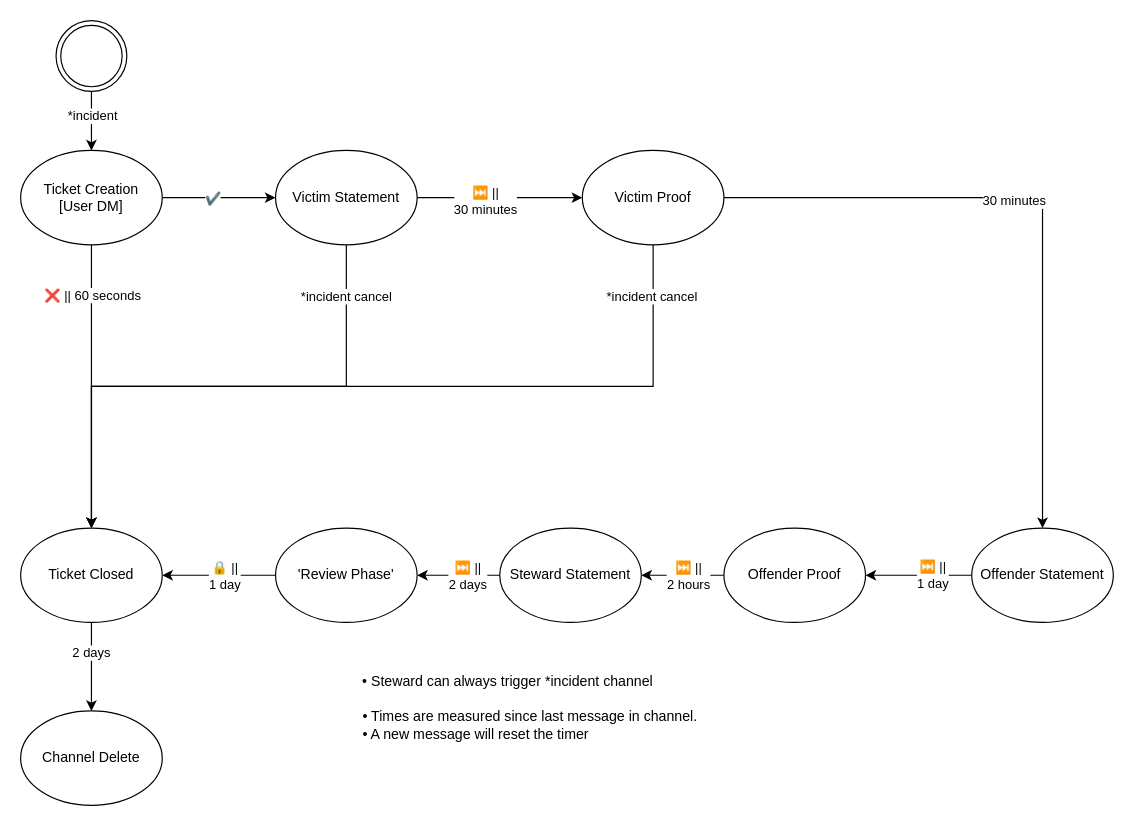
Above: StateMachine.drawio in Mayerch1/IncidentBot (draw.io), before the change. Source tidied: cells renumbered, new cells numbered last; positions are measured from the earlier drawing's top-left corner, leaving out a move shared by most shapes. Both pictures are drawn from the tidied source at 118%, with x=0, y=0 at pixel (20, 20).
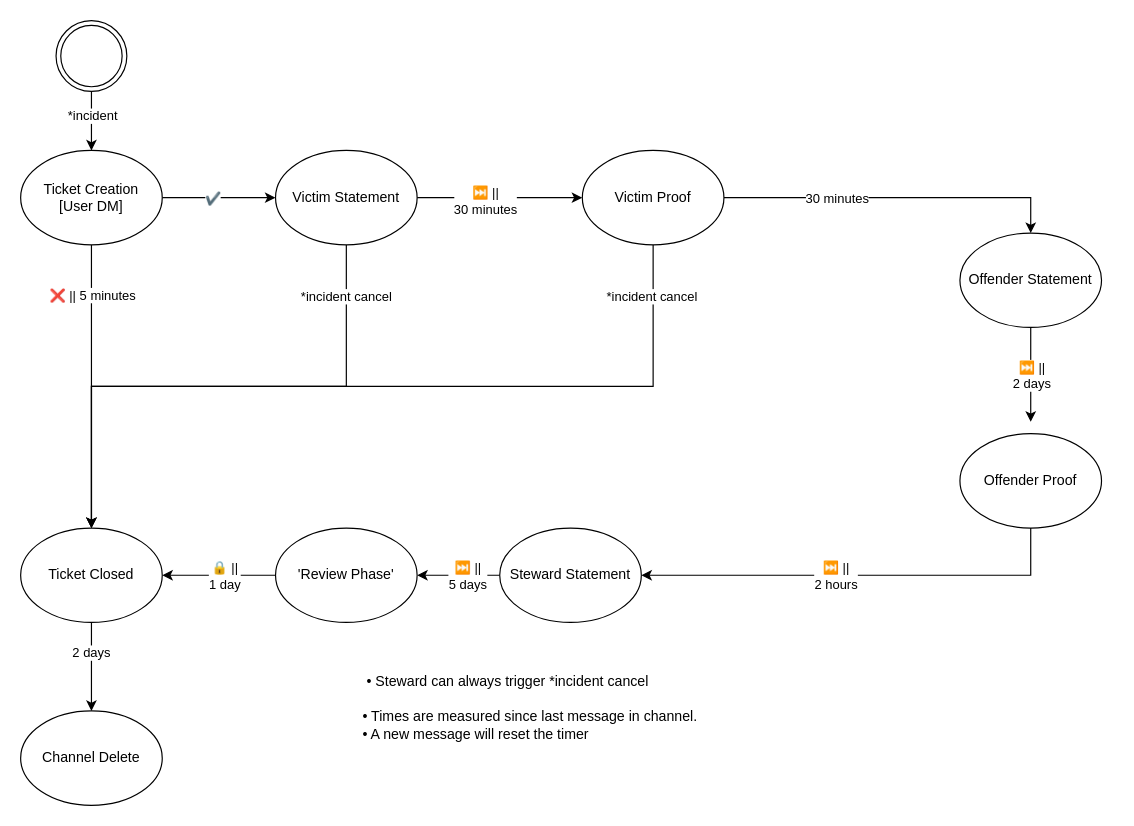
After the change.

Commit message (it also covers changes not shown here):
adjust timeouts, add channel emojis

Unchanged cells that the change refers to:
```xml
<mxCell id="2" style="edgeStyle=orthogonalEdgeStyle;rounded=0;jettySize=auto;html=1;entryX=0.5;entryY=0;entryDx=0;entryDy=0;" parent="1" edge="1" source="6" target="30">
  <mxGeometry relative="1" as="geometry" />
</mxCell>
<mxCell id="12" style="edgeStyle=orthogonalEdgeStyle;rounded=0;jettySize=auto;html=1;entryX=0.5;entryY=0;entryDx=0;entryDy=0;" parent="1" edge="1" source="16" target="19">
  <mxGeometry relative="1" as="geometry" />
</mxCell>
<mxCell id="25" style="edgeStyle=orthogonalEdgeStyle;rounded=0;jettySize=auto;html=1;entryX=1;entryY=0.5;entryDx=0;entryDy=0;" parent="1" edge="1" source="27" target="32">
  <mxGeometry relative="1" as="geometry" />
</mxCell>
<mxCell id="27" value="Steward Statement" style="ellipse;whiteSpace=wrap;html=1;" parent="1" vertex="1">
  <mxGeometry x="406" y="430" width="120" height="80" as="geometry" />
</mxCell>
```

The edit, as a diff of the source:
```diff
@@
-    <mxCell id="3" value="❌ || 60 seconds" style="edgeLabel;html=1;align=center;verticalAlign=middle;" parent="2" vertex="1">
+    <mxCell id="3" value="❌ || 5 minutes" style="edgeLabel;html=1;align=center;verticalAlign=middle;" parent="2" vertex="1">
       <mxGeometry x="-0.28" y="-2" relative="1" as="geometry">
         <mxPoint x="2" y="-43.4" as="offset" />
       </mxGeometry>
     </mxCell>
@@
     <mxCell id="13" value="30 minutes" style="edgeLabel;html=1;align=center;verticalAlign=middle;" parent="12" vertex="1">
-      <mxGeometry x="-0.11" y="-2" relative="1" as="geometry" />
+      <mxGeometry x="-0.11" y="-2" relative="1" as="geometry">
+        <mxPoint x="-33.8" y="-2" as="offset" />
+      </mxGeometry>
     </mxCell>
@@
-    <mxCell id="17" style="edgeStyle=orthogonalEdgeStyle;rounded=0;jettySize=auto;html=1;entryX=1;entryY=0.5;entryDx=0;entryDy=0;" parent="1" edge="1" source="19" target="22">
-      <mxGeometry relative="1" as="geometry" />
+    <mxCell id="17" style="edgeStyle=orthogonalEdgeStyle;rounded=0;jettySize=auto;html=1;" parent="1" edge="1" source="19">
+      <mxGeometry relative="1" as="geometry">
+        <mxPoint x="856" y="340" as="targetPoint" />
+      </mxGeometry>
     </mxCell>
-    <mxCell id="18" value="⏭️ ||&lt;br&gt;1 day" style="edgeLabel;html=1;align=center;verticalAlign=middle;" parent="17" vertex="1">
-      <mxGeometry x="-0.24" y="-1" relative="1" as="geometry" />
+    <mxCell id="18" value="⏭️ ||&lt;br&gt;2 days" style="edgeLabel;html=1;align=center;verticalAlign=middle;" parent="17" vertex="1">
+      <mxGeometry x="-0.24" y="-1" relative="1" as="geometry">
+        <mxPoint x="1" y="9.7" as="offset" />
+      </mxGeometry>
     </mxCell>
     <mxCell id="19" value="Offender Statement" style="ellipse;whiteSpace=wrap;html=1;" parent="1" vertex="1">
-      <mxGeometry x="806" y="430" width="120" height="80" as="geometry" />
+      <mxGeometry x="796" y="180" width="120" height="80" as="geometry" />
     </mxCell>
     <mxCell id="20" style="edgeStyle=orthogonalEdgeStyle;rounded=0;jettySize=auto;html=1;entryX=1;entryY=0.5;entryDx=0;entryDy=0;" parent="1" edge="1" source="22" target="27">
-      <mxGeometry relative="1" as="geometry" />
+      <mxGeometry relative="1" as="geometry">
+        <Array as="points">
+          <mxPoint x="856" y="470" />
+        </Array>
+      </mxGeometry>
     </mxCell>
@@
     <mxCell id="22" value="Offender Proof" style="ellipse;whiteSpace=wrap;html=1;" parent="1" vertex="1">
-      <mxGeometry x="596" y="430" width="120" height="80" as="geometry" />
+      <mxGeometry x="796" y="350" width="120" height="80" as="geometry" />
     </mxCell>
@@
-    <mxCell id="26" value="⏭️ ||&lt;br&gt;2 days" style="edgeLabel;html=1;align=center;verticalAlign=middle;" parent="25" vertex="1">
+    <mxCell id="26" value="⏭️ ||&lt;br&gt;5 days" style="edgeLabel;html=1;align=center;verticalAlign=middle;" parent="25" vertex="1">
       <mxGeometry x="-0.19" relative="1" as="geometry" />
     </mxCell>
@@
-    <mxCell id="36" value="• Steward can always trigger *incident channel" style="text;html=1;strokeColor=none;fillColor=none;align=center;verticalAlign=middle;whiteSpace=wrap;rounded=0;" parent="1" vertex="1">
+    <mxCell id="36" value="• Steward can always trigger *incident cancel" style="text;html=1;strokeColor=none;fillColor=none;align=center;verticalAlign=middle;whiteSpace=wrap;rounded=0;" parent="1" vertex="1">
       <mxGeometry x="273" y="550" width="280" height="20" as="geometry" />
     </mxCell>
```
